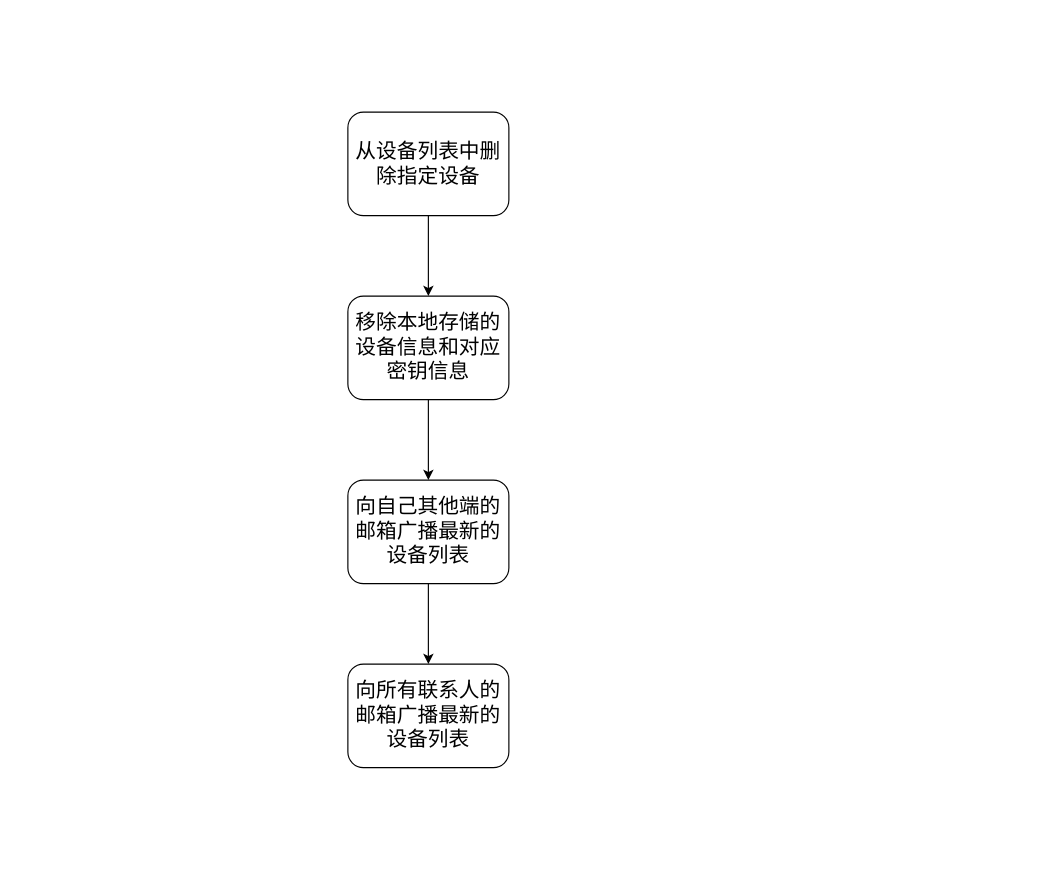
This is page "第 14 页" (14 of 14) of src/main/java/Untitled Diagram.drawio from fiking1984/packetAnalyze, a draw.io file, before an edit. Source tidied: cells renumbered, new cells numbered last; positions are measured from the earlier drawing's top-left corner, leaving out a move shared by most shapes. Both pictures are drawn from the tidied source at 115%, with x=0, y=0 at pixel (347, 112).
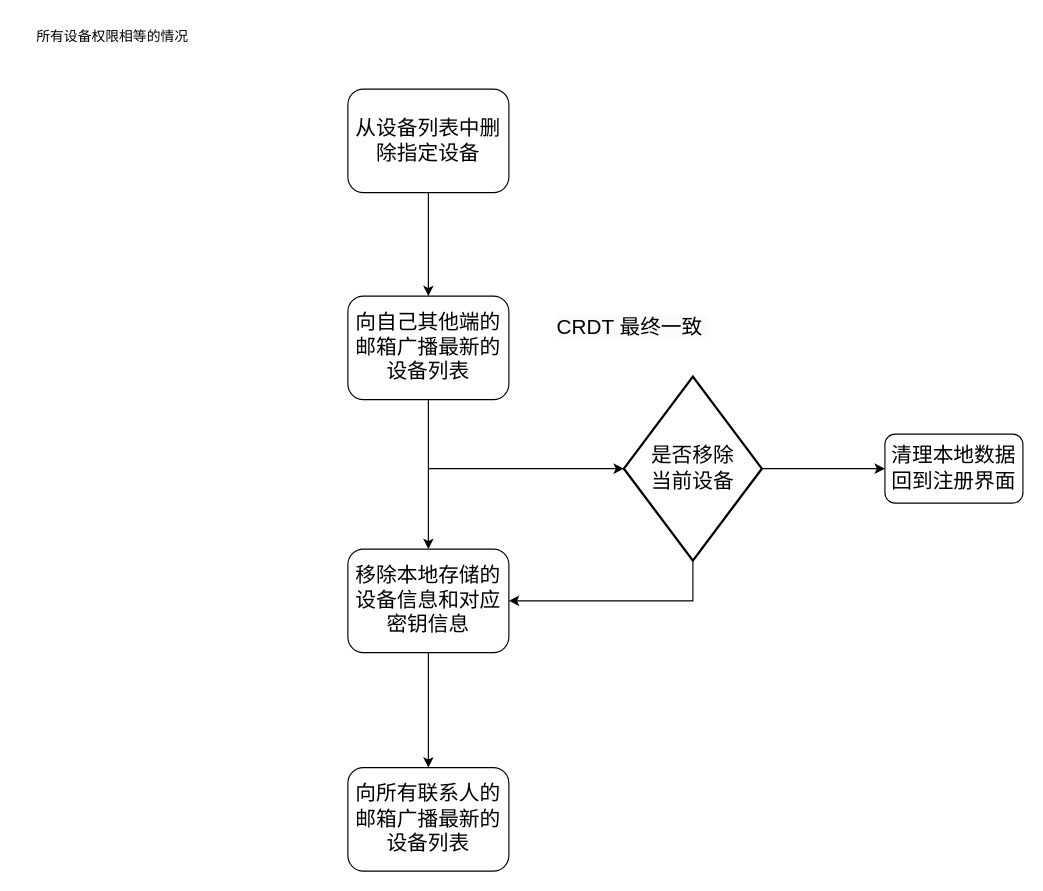
After the change.

What changed in the source:
```diff
@@
 <mxGraphModel>
   <root>
     <mxCell id="0" />
     <mxCell id="1" parent="0" />
-    <mxCell id="2" style="edgeStyle=orthogonalEdgeStyle;rounded=0;jettySize=auto;html=1;" parent="1" edge="1" source="3" target="8">
-      <mxGeometry relative="1" as="geometry" />
-    </mxCell>
+    <mxCell id="9" style="edgeStyle=orthogonalEdgeStyle;rounded=0;jettySize=auto;html=1;" parent="1" edge="1" source="3" target="6">
+      <mxGeometry relative="1" as="geometry" />
+    </mxCell>
     <mxCell id="3" value="&lt;font style=&quot;font-size: 18px;&quot;&gt;从设备列表中删除指定设备&lt;/font&gt;" style="rounded=1;whiteSpace=wrap;html=1;" parent="1" vertex="1">
-      <mxGeometry width="140" height="90" as="geometry" />
+      <mxGeometry y="-20" width="140" height="90" as="geometry" />
     </mxCell>
     <mxCell id="4" value="&lt;font style=&quot;font-size: 18px;&quot;&gt;向所有联系人的邮箱广播最新的设备列表&lt;/font&gt;" style="rounded=1;whiteSpace=wrap;html=1;" parent="1" vertex="1">
-      <mxGeometry y="480" width="140" height="90" as="geometry" />
+      <mxGeometry y="570" width="140" height="90" as="geometry" />
     </mxCell>
-    <mxCell id="5" style="edgeStyle=orthogonalEdgeStyle;rounded=0;jettySize=auto;html=1;entryX=0.5;entryY=0;entryDx=0;entryDy=0;" parent="1" edge="1" source="6" target="4">
-      <mxGeometry relative="1" as="geometry" />
-    </mxCell>
+    <mxCell id="10" style="edgeStyle=orthogonalEdgeStyle;rounded=0;jettySize=auto;html=1;entryX=0.5;entryY=0;entryDx=0;entryDy=0;" parent="1" edge="1" source="6" target="8">
+      <mxGeometry relative="1" as="geometry" />
+    </mxCell>
     <mxCell id="6" value="&lt;font style=&quot;font-size: 18px;&quot;&gt;向自己其他端的邮箱广播最新的设备列表&lt;/font&gt;" style="rounded=1;whiteSpace=wrap;html=1;" parent="1" vertex="1">
-      <mxGeometry y="320" width="140" height="90" as="geometry" />
+      <mxGeometry y="160" width="140" height="90" as="geometry" />
     </mxCell>
-    <mxCell id="7" style="edgeStyle=orthogonalEdgeStyle;rounded=0;jettySize=auto;html=1;entryX=0.5;entryY=0;entryDx=0;entryDy=0;" parent="1" edge="1" source="8" target="6">
-      <mxGeometry relative="1" as="geometry" />
-    </mxCell>
+    <mxCell id="11" style="edgeStyle=orthogonalEdgeStyle;rounded=0;jettySize=auto;html=1;entryX=0.5;entryY=0;entryDx=0;entryDy=0;" parent="1" edge="1" source="8" target="4">
+      <mxGeometry relative="1" as="geometry" />
+    </mxCell>
     <mxCell id="8" value="&lt;font style=&quot;font-size: 18px;&quot;&gt;移除本地存储的设备信息和对应密钥信息&lt;/font&gt;" style="rounded=1;whiteSpace=wrap;html=1;" parent="1" vertex="1">
-      <mxGeometry y="160" width="140" height="90" as="geometry" />
+      <mxGeometry y="380" width="140" height="90" as="geometry" />
     </mxCell>
+    <mxCell id="12" value="所有设备权限相等的情况" style="text;html=1;align=center;verticalAlign=middle;strokeColor=none;fillColor=none;" parent="1" vertex="1">
+      <mxGeometry x="-285" y="-80" width="160" height="30" as="geometry" />
+    </mxCell>
+    <mxCell id="13" style="edgeStyle=orthogonalEdgeStyle;rounded=0;jettySize=auto;html=1;exitX=0;exitY=0.5;exitDx=0;exitDy=0;exitPerimeter=0;entryX=0;entryY=0.5;entryDx=0;entryDy=0;entryPerimeter=0;" parent="1" edge="1" target="16">
+      <mxGeometry relative="1" as="geometry">
+        <mxPoint x="70" y="310" as="sourcePoint" />
+        <Array as="points">
+          <mxPoint x="150" y="310" />
+          <mxPoint x="150" y="310" />
+        </Array>
+      </mxGeometry>
+    </mxCell>
+    <mxCell id="14" style="edgeStyle=orthogonalEdgeStyle;rounded=0;jettySize=auto;html=1;entryX=1;entryY=0.5;entryDx=0;entryDy=0;" parent="1" edge="1" source="16" target="8">
+      <mxGeometry relative="1" as="geometry">
+        <Array as="points">
+          <mxPoint x="300" y="425" />
+        </Array>
+      </mxGeometry>
+    </mxCell>
+    <mxCell id="15" style="edgeStyle=orthogonalEdgeStyle;rounded=0;jettySize=auto;html=1;entryX=0;entryY=0.5;entryDx=0;entryDy=0;" parent="1" edge="1" source="16" target="17">
+      <mxGeometry relative="1" as="geometry" />
+    </mxCell>
+    <mxCell id="16" value="&lt;font style=&quot;font-size: 18px;&quot;&gt;是否移除&lt;br&gt;当前设备&lt;/font&gt;" style="strokeWidth=2;html=1;shape=mxgraph.flowchart.decision;whiteSpace=wrap;" parent="1" vertex="1">
+      <mxGeometry x="240" y="230" width="120" height="160" as="geometry" />
+    </mxCell>
+    <mxCell id="17" value="&lt;font style=&quot;font-size: 18px;&quot;&gt;清理本地数据&lt;br&gt;回到注册界面&lt;/font&gt;" style="rounded=1;whiteSpace=wrap;html=1;" parent="1" vertex="1">
+      <mxGeometry x="467" y="280" width="120" height="60" as="geometry" />
+    </mxCell>
+    <mxCell id="18" value="&lt;span style=&quot;color: rgb(0, 0, 0); font-family: Helvetica; font-size: 18px; font-style: normal; font-variant-ligatures: normal; font-variant-caps: normal; font-weight: 400; letter-spacing: normal; orphans: 2; text-align: center; text-indent: 0px; text-transform: none; widows: 2; word-spacing: 0px; -webkit-text-stroke-width: 0px; background-color: rgb(251, 251, 251); text-decoration-thickness: initial; text-decoration-style: initial; text-decoration-color: initial; float: none; display: inline !important;&quot;&gt;CRDT 最终一致&amp;nbsp;&lt;/span&gt;" style="text;whiteSpace=wrap;html=1;" parent="1" vertex="1">
+      <mxGeometry x="180" y="170" width="360" height="50" as="geometry" />
+    </mxCell>
   </root>
 </mxGraphModel>
```
